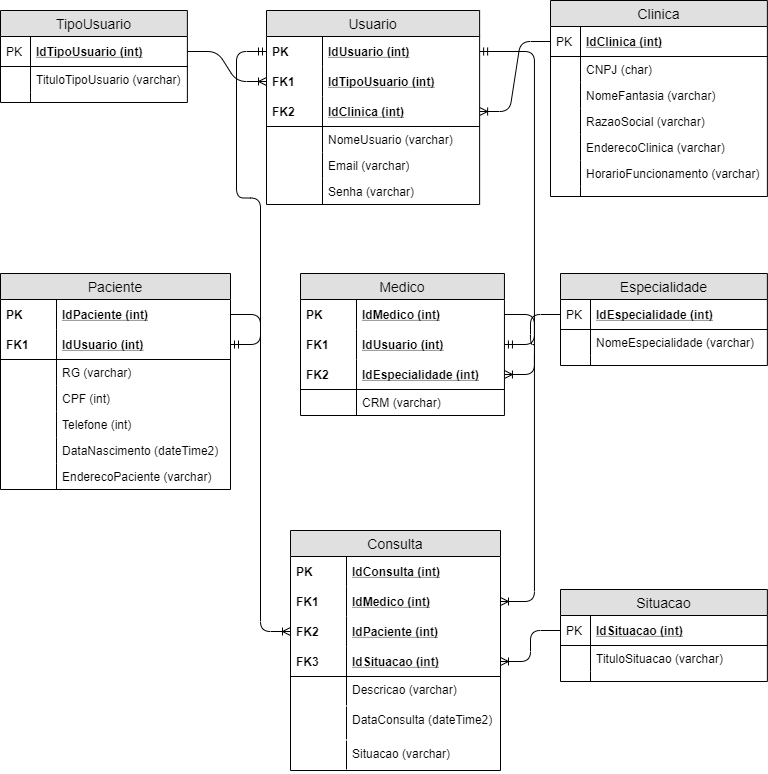
This is Modelagem/modelagem-spmedicalgroup-Logico.png from flavio-pires/senai_spmedgroup_sprint1_bd_manha_flavio_pires, a draw.io export, as it was before one commit. Source tidied: cells renumbered, new cells last; positions are measured from the earlier drawing's top-left corner, leaving out a move shared by most shapes.
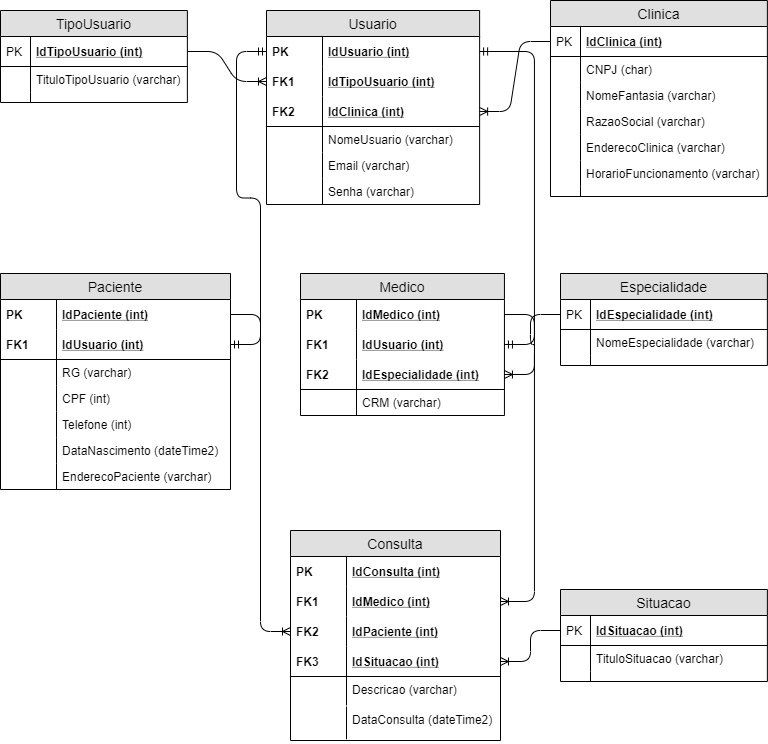
Above is the later version.

Change to the diagram source:
```diff
@@ -156,7 +156,7 @@
       <mxGeometry width="56" height="26" as="geometry" />
     </mxCell>
     <mxCell id="53" value="Consulta" style="swimlane;fontStyle=0;horizontal=1;startSize=26;fillColor=#e0e0e0;swimlaneFillColor=#ffffff;align=center;fontSize=14;" parent="1" vertex="1">
-      <mxGeometry x="290" y="530" width="210" height="240" as="geometry" />
+      <mxGeometry x="290" y="530" width="210" height="210" as="geometry" />
     </mxCell>
     <mxCell id="54" value="IdConsulta (int)" style="shape=partialRectangle;top=0;left=0;right=0;bottom=0;align=left;verticalAlign=middle;fillColor=none;spacingLeft=60;spacingRight=4;overflow=hidden;fontStyle=5;fontSize=12;" parent="53" vertex="1">
       <mxGeometry y="26" width="210" height="30" as="geometry" />
@@ -194,12 +194,6 @@
     <mxCell id="65" style="shape=partialRectangle;top=0;left=0;bottom=0;fillColor=none;align=left;verticalAlign=top;spacingLeft=4;spacingRight=4;overflow=hidden;fontSize=12;" parent="64" vertex="1">
       <mxGeometry width="56" height="32.7" as="geometry" />
     </mxCell>
-    <mxCell id="66" value="Situacao (varchar)" style="shape=partialRectangle;top=0;left=0;right=0;bottom=0;align=left;verticalAlign=top;fillColor=none;spacingLeft=60;spacingRight=4;overflow=hidden;fontSize=12;" parent="53" vertex="1">
-      <mxGeometry y="210" width="210" height="30" as="geometry" />
-    </mxCell>
-    <mxCell id="67" style="shape=partialRectangle;top=0;left=0;bottom=0;fillColor=none;align=left;verticalAlign=top;spacingLeft=4;spacingRight=4;overflow=hidden;fontSize=12;" parent="66" vertex="1">
-      <mxGeometry width="56" height="28.9" as="geometry" />
-    </mxCell>
     <mxCell id="68" value="Paciente" style="swimlane;fontStyle=0;horizontal=1;startSize=26;fillColor=#e0e0e0;swimlaneFillColor=#ffffff;align=center;fontSize=14;" parent="1" vertex="1">
       <mxGeometry y="273" width="230" height="216" as="geometry" />
     </mxCell>
```
